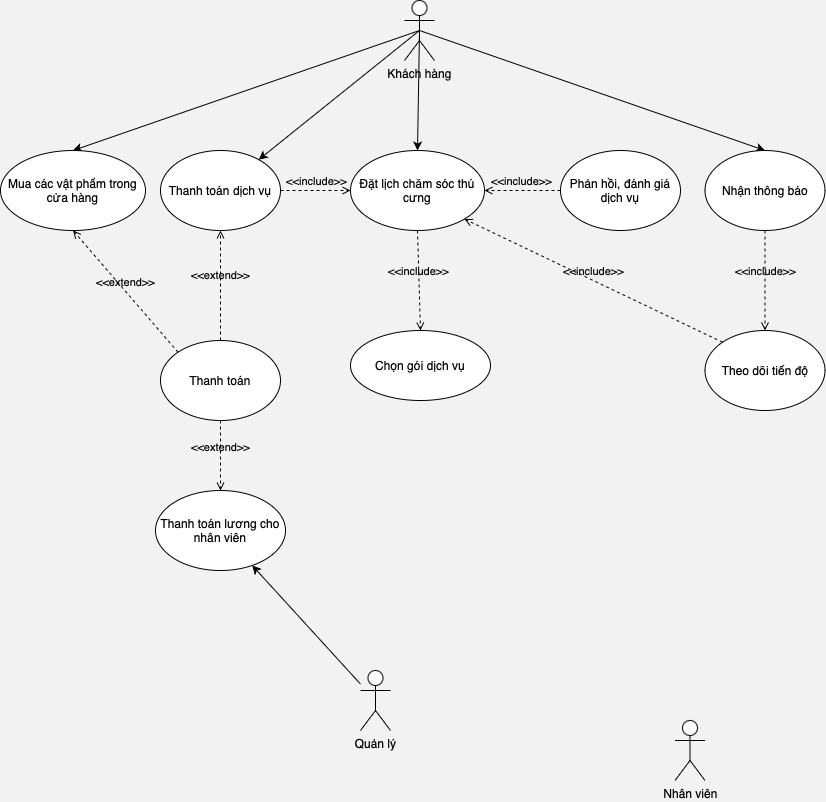
Before: use_case_diagram.drawio.png, a diagram exported from draw.io (blueonline07/auth-demo). Source tidied: cells renumbered, new cells last; positions are measured from the earlier drawing's top-left corner, leaving out a move shared by most shapes.
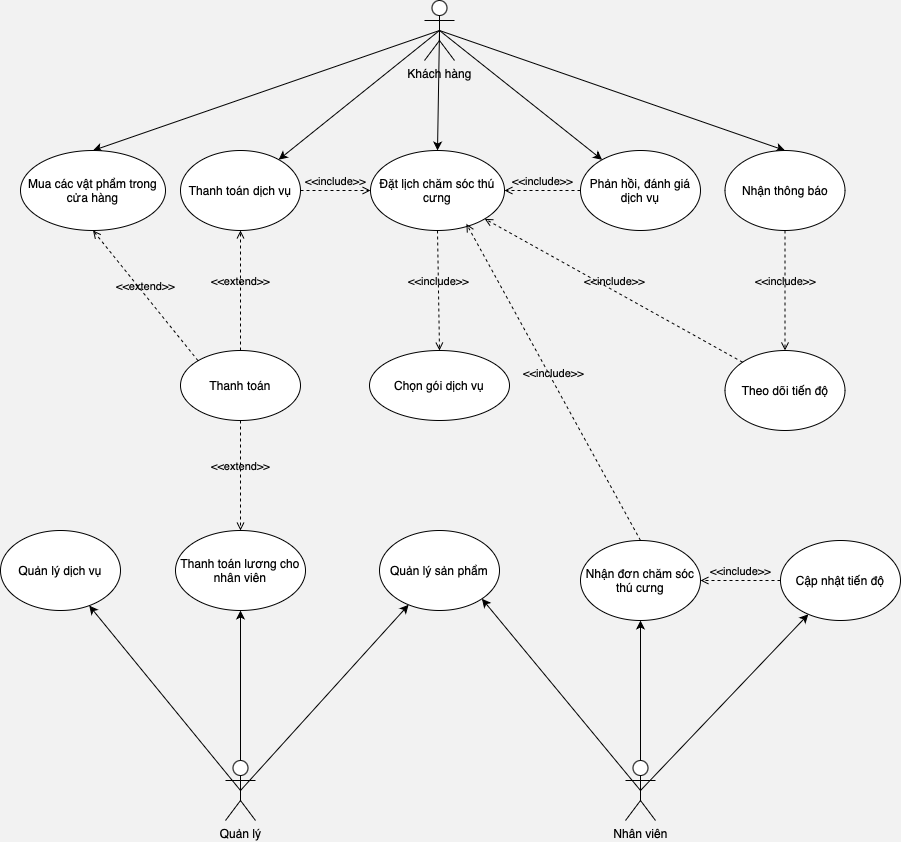
After the commit.

The edit, as a diff of the source:
```diff
@@ -14,29 +14,47 @@
     <mxCell id="5" style="rounded=0;jettySize=auto;html=1;exitX=0.5;exitY=0.5;exitDx=0;exitDy=0;exitPerimeter=0;entryX=0.5;entryY=0;entryDx=0;entryDy=0;" parent="1" edge="1" source="6" target="10">
       <mxGeometry relative="1" as="geometry" />
     </mxCell>
+    <mxCell id="27" style="rounded=0;jettySize=auto;html=1;exitX=0.5;exitY=0.5;exitDx=0;exitDy=0;exitPerimeter=0;" parent="1" edge="1" source="6" target="23">
+      <mxGeometry relative="1" as="geometry" />
+    </mxCell>
     <mxCell id="6" value="Khách hàng" style="shape=umlActor;verticalLabelPosition=bottom;verticalAlign=top;html=1;outlineConnect=0;" parent="1" vertex="1">
       <mxGeometry x="404" width="30" height="60" as="geometry" />
     </mxCell>
+    <mxCell id="28" style="rounded=0;jettySize=auto;html=1;exitX=0.5;exitY=0.5;exitDx=0;exitDy=0;exitPerimeter=0;entryX=1;entryY=1;entryDx=0;entryDy=0;" parent="1" edge="1" source="7" target="34">
+      <mxGeometry relative="1" as="geometry" />
+    </mxCell>
+    <mxCell id="29" style="rounded=0;jettySize=auto;html=1;exitX=0.5;exitY=0.5;exitDx=0;exitDy=0;exitPerimeter=0;" parent="1" edge="1" source="7" target="35">
+      <mxGeometry relative="1" as="geometry" />
+    </mxCell>
+    <mxCell id="30" style="rounded=0;jettySize=auto;html=1;exitX=0.5;exitY=0.5;exitDx=0;exitDy=0;exitPerimeter=0;" parent="1" edge="1" source="7" target="37">
+      <mxGeometry relative="1" as="geometry" />
+    </mxCell>
     <mxCell id="7" value="Nhân viên" style="shape=umlActor;verticalLabelPosition=bottom;verticalAlign=top;html=1;outlineConnect=0;" parent="1" vertex="1">
-      <mxGeometry x="674.5" y="720" width="30" height="60" as="geometry" />
+      <mxGeometry x="605" y="760" width="30" height="60" as="geometry" />
     </mxCell>
     <mxCell id="8" style="rounded=0;jettySize=auto;html=1;" parent="1" edge="1" source="9" target="20">
       <mxGeometry relative="1" as="geometry" />
     </mxCell>
+    <mxCell id="31" style="rounded=0;jettySize=auto;html=1;exitX=0.5;exitY=0.5;exitDx=0;exitDy=0;exitPerimeter=0;" parent="1" edge="1" source="9" target="33">
+      <mxGeometry relative="1" as="geometry" />
+    </mxCell>
+    <mxCell id="32" style="rounded=0;jettySize=auto;html=1;exitX=0.5;exitY=0.5;exitDx=0;exitDy=0;exitPerimeter=0;" parent="1" edge="1" source="9" target="34">
+      <mxGeometry relative="1" as="geometry" />
+    </mxCell>
     <mxCell id="9" value="Quản lý" style="shape=umlActor;verticalLabelPosition=bottom;verticalAlign=top;html=1;outlineConnect=0;" parent="1" vertex="1">
-      <mxGeometry x="360" y="670" width="30" height="60" as="geometry" />
+      <mxGeometry x="205" y="760" width="30" height="60" as="geometry" />
     </mxCell>
     <mxCell id="10" value="Đặt lịch chăm sóc thú cưng" style="ellipse;whiteSpace=wrap;html=1;verticalAlign=middle;" parent="1" vertex="1">
       <mxGeometry x="350" y="150" width="134" height="80" as="geometry" />
     </mxCell>
     <mxCell id="11" value="Chọn gói dịch vụ" style="ellipse;whiteSpace=wrap;html=1;verticalAlign=middle;" parent="1" vertex="1">
-      <mxGeometry x="350" y="330" width="140" height="70" as="geometry" />
+      <mxGeometry x="349" y="350" width="140" height="70" as="geometry" />
     </mxCell>
     <mxCell id="12" value="&amp;lt;&amp;lt;include&amp;gt;&amp;gt;" style="html=1;verticalAlign=bottom;labelBackgroundColor=none;endArrow=open;endFill=0;dashed=1;rounded=0;exitX=0.5;exitY=1;exitDx=0;exitDy=0;entryX=0.5;entryY=0;entryDx=0;entryDy=0;" parent="1" edge="1" source="10" target="11">
       <mxGeometry relative="1" as="geometry" />
     </mxCell>
     <mxCell id="13" value="Theo dõi tiến độ" style="ellipse;whiteSpace=wrap;html=1;" parent="1" vertex="1">
-      <mxGeometry x="704.5" y="330" width="120" height="80" as="geometry" />
+      <mxGeometry x="704.5" y="350" width="120" height="80" as="geometry" />
     </mxCell>
     <mxCell id="14" value="Nhận thông báo" style="ellipse;whiteSpace=wrap;html=1;verticalAlign=middle;" parent="1" vertex="1">
       <mxGeometry x="704.5" y="150" width="120" height="80" as="geometry" />
@@ -48,7 +66,7 @@
       <mxGeometry x="160" y="150" width="120" height="80" as="geometry" />
     </mxCell>
     <mxCell id="17" value="Thanh toán" style="ellipse;whiteSpace=wrap;html=1;" parent="1" vertex="1">
-      <mxGeometry x="160" y="340" width="120" height="80" as="geometry" />
+      <mxGeometry x="160" y="350" width="120" height="70" as="geometry" />
     </mxCell>
     <mxCell id="18" value="&amp;lt;&amp;lt;extend&amp;gt;&amp;gt;" style="html=1;verticalAlign=bottom;labelBackgroundColor=none;endArrow=open;endFill=0;dashed=1;rounded=0;entryX=0.5;entryY=1;entryDx=0;entryDy=0;exitX=0.5;exitY=0;exitDx=0;exitDy=0;" parent="1" edge="1" source="17" target="16">
       <mxGeometry relative="1" as="geometry" />
@@ -57,7 +75,7 @@
       <mxGeometry relative="1" as="geometry" />
     </mxCell>
     <mxCell id="20" value="Thanh toán lương cho nhân viên" style="ellipse;whiteSpace=wrap;html=1;verticalAlign=middle;" parent="1" vertex="1">
-      <mxGeometry x="155" y="490" width="130" height="80" as="geometry" />
+      <mxGeometry x="155" y="530" width="130" height="80" as="geometry" />
     </mxCell>
     <mxCell id="21" value="&amp;lt;&amp;lt;extend&amp;gt;&amp;gt;" style="html=1;verticalAlign=bottom;labelBackgroundColor=none;endArrow=open;endFill=0;dashed=1;rounded=0;entryX=0.5;entryY=0;entryDx=0;entryDy=0;exitX=0.5;exitY=1;exitDx=0;exitDy=0;" parent="1" edge="1" source="17" target="20">
       <mxGeometry relative="1" as="geometry" />
@@ -77,5 +95,23 @@
     <mxCell id="26" value="&amp;lt;&amp;lt;include&amp;gt;&amp;gt;" style="html=1;verticalAlign=bottom;labelBackgroundColor=none;endArrow=open;endFill=0;dashed=1;rounded=0;exitX=1;exitY=0.5;exitDx=0;exitDy=0;entryX=0;entryY=0.5;entryDx=0;entryDy=0;" parent="1" edge="1" source="16" target="10">
       <mxGeometry relative="1" as="geometry" />
     </mxCell>
+    <mxCell id="33" value="Quản lý dịch vụ" style="ellipse;whiteSpace=wrap;html=1;" parent="1" vertex="1">
+      <mxGeometry x="-20" y="530" width="120" height="80" as="geometry" />
+    </mxCell>
+    <mxCell id="34" value="Quản lý sản phẩm" style="ellipse;whiteSpace=wrap;html=1;" parent="1" vertex="1">
+      <mxGeometry x="359" y="530" width="120" height="80" as="geometry" />
+    </mxCell>
+    <mxCell id="35" value="Nhận đơn chăm sóc thú cưng" style="ellipse;whiteSpace=wrap;html=1;" parent="1" vertex="1">
+      <mxGeometry x="560" y="540" width="120" height="80" as="geometry" />
+    </mxCell>
+    <mxCell id="36" value="&amp;lt;&amp;lt;include&amp;gt;&amp;gt;" style="html=1;verticalAlign=bottom;labelBackgroundColor=none;endArrow=open;endFill=0;dashed=1;rounded=0;exitX=0.5;exitY=0;exitDx=0;exitDy=0;entryX=0.716;entryY=0.917;entryDx=0;entryDy=0;entryPerimeter=0;" parent="1" edge="1" source="35" target="10">
+      <mxGeometry relative="1" as="geometry" />
+    </mxCell>
+    <mxCell id="37" value="Cập nhật tiến độ" style="ellipse;whiteSpace=wrap;html=1;" parent="1" vertex="1">
+      <mxGeometry x="760" y="540" width="120" height="80" as="geometry" />
+    </mxCell>
+    <mxCell id="38" value="&amp;lt;&amp;lt;include&amp;gt;&amp;gt;" style="html=1;verticalAlign=bottom;labelBackgroundColor=none;endArrow=open;endFill=0;dashed=1;rounded=0;exitX=0;exitY=0.5;exitDx=0;exitDy=0;entryX=1;entryY=0.5;entryDx=0;entryDy=0;" parent="1" edge="1" source="37" target="35">
+      <mxGeometry relative="1" as="geometry" />
+    </mxCell>
   </root>
 </mxGraphModel>
```
